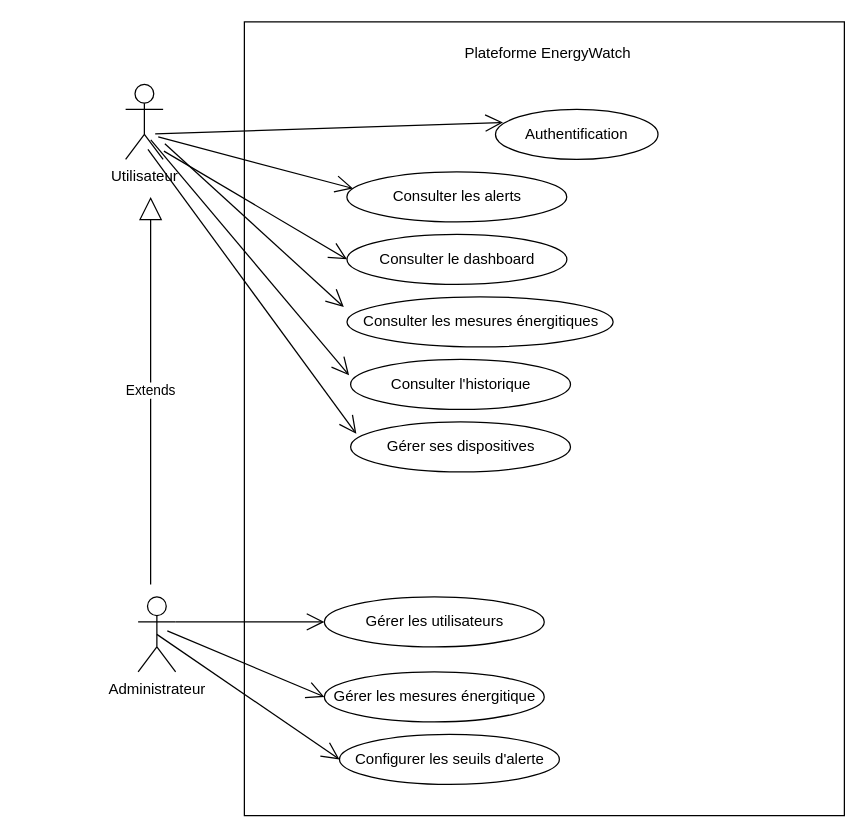
Before: docs/UML/Diagramme des cas d'utilisation.drawio in imaneamjoud/EnergyWatch, a draw.io diagram. Source tidied: cells renumbered, new cells numbered last; positions are measured from the earlier drawing's top-left corner, leaving out a move shared by most shapes. Both pictures are drawn from the tidied source at 125%, with x=0, y=0 at pixel (125, 21).
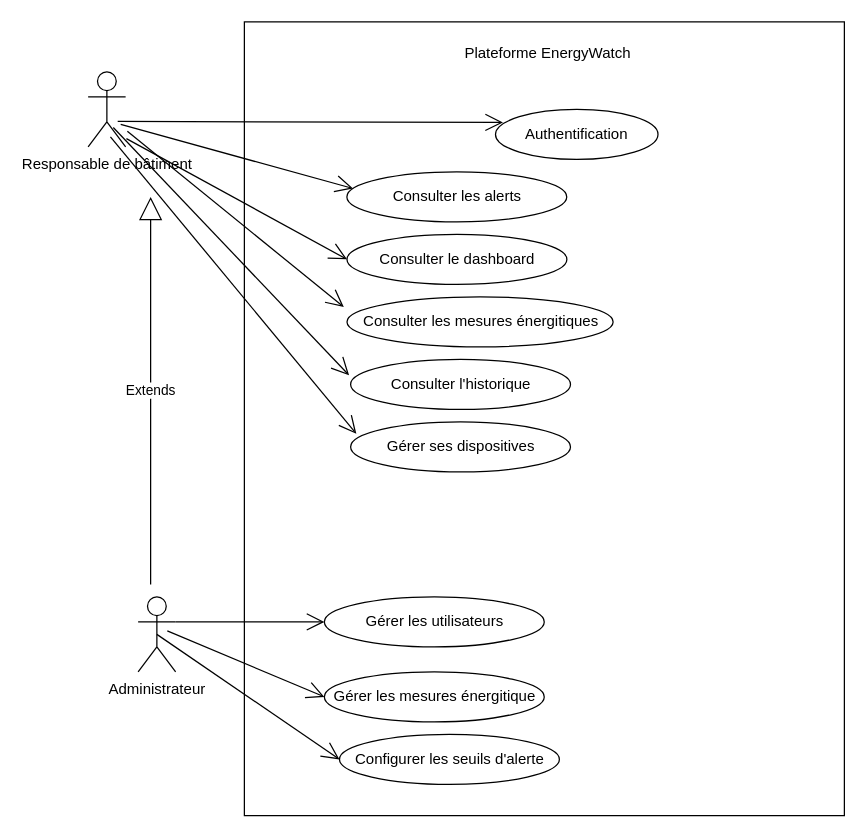
The same page after the edit.

The edit, as a diff of the source:
```diff
@@
-    <mxCell id="2" value="Utilisateur" style="shape=umlActor;verticalLabelPosition=bottom;verticalAlign=top;html=1;labelPerimeter=1;" parent="1" vertex="1">
-      <mxGeometry y="50" width="30" height="60" as="geometry" />
+    <mxCell id="2" value="Responsable de bâtiment" style="shape=umlActor;verticalLabelPosition=bottom;verticalAlign=top;html=1;labelPerimeter=1;" parent="1" vertex="1">
+      <mxGeometry x="-30" y="40" width="30" height="60" as="geometry" />
     </mxCell>
```
